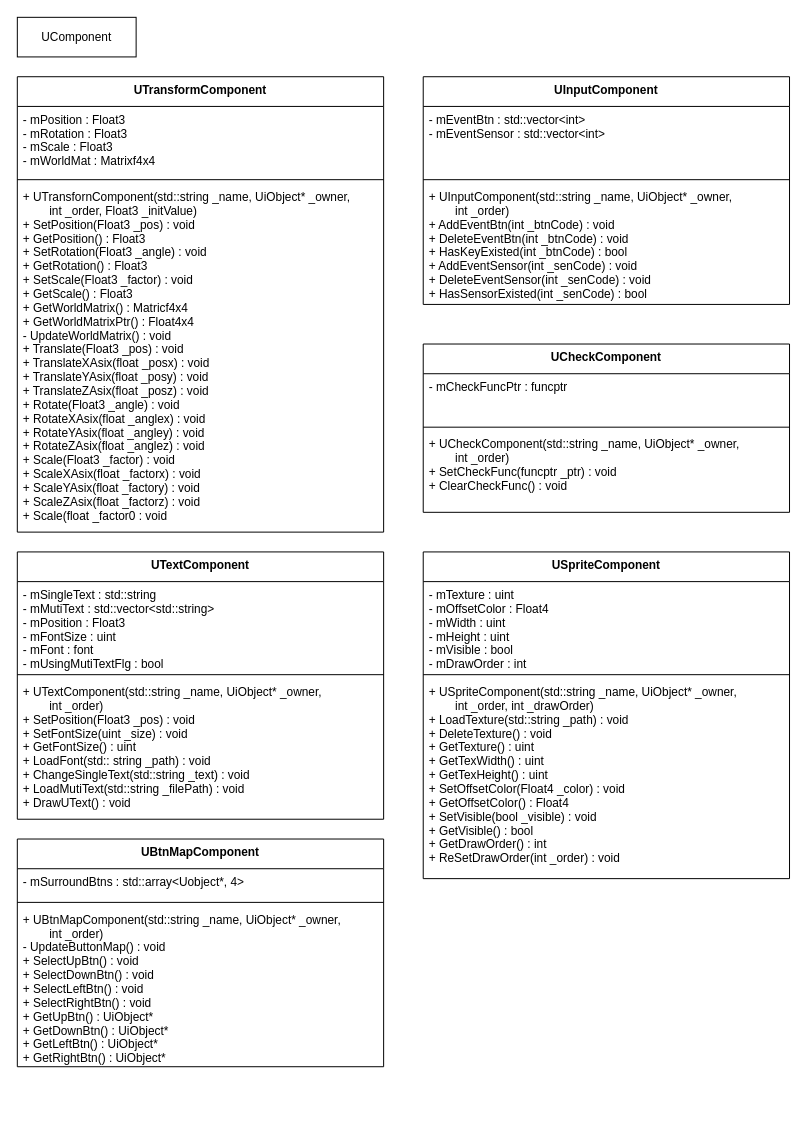
This is page "ucomponent" (4 of 7) of MyNinDesign.drawio from HIBICUS-CAI/NinAtHome_OpenGL, a draw.io file, before an edit. Source tidied: cells renumbered, new cells numbered last; positions are measured from the earlier drawing's top-left corner, leaving out a move shared by most shapes. Both pictures are drawn from the tidied source at 99%, with x=0, y=0 at pixel (17, 17).
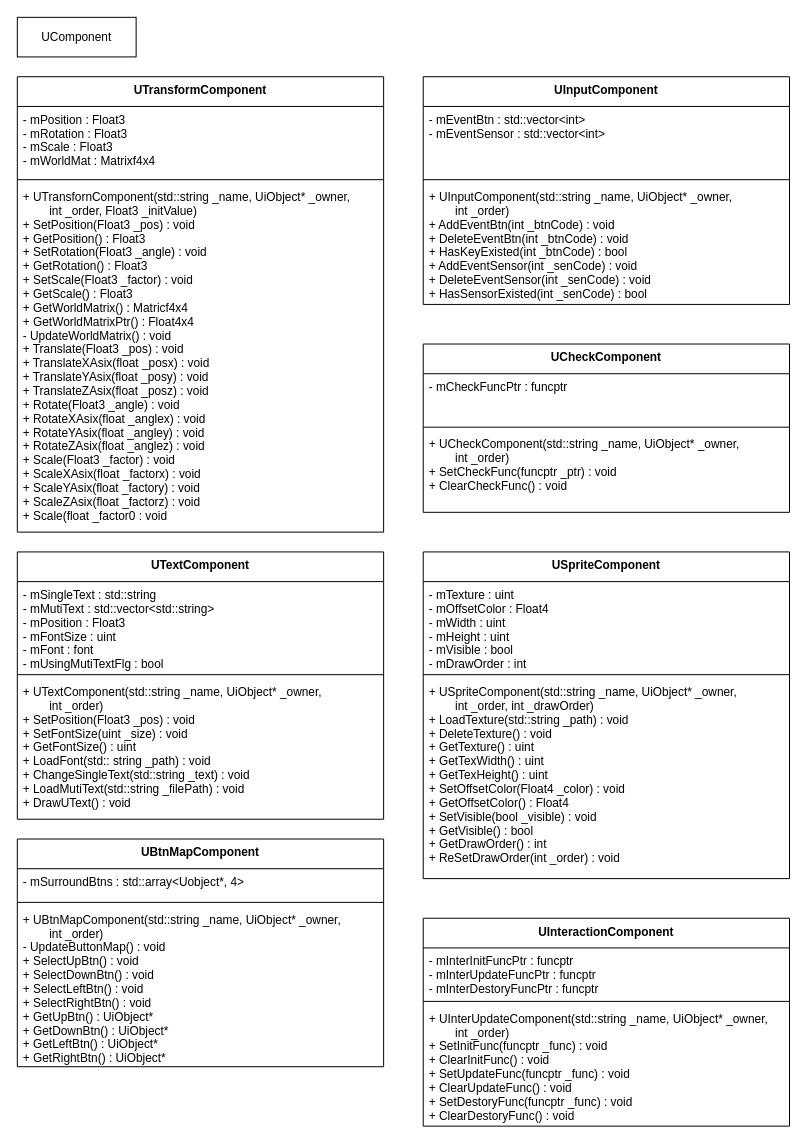
Above is the later version.

Diff of the diagram source:
```diff
@@
+    <mxCell id="27" value="UInteractionComponent" style="swimlane;fontStyle=1;align=center;verticalAlign=top;horizontal=1;startSize=30;" parent="1" vertex="1">
+      <mxGeometry x="410" y="910" width="370" height="210" as="geometry" />
+    </mxCell>
+    <mxCell id="28" value="- mInterInitFuncPtr : funcptr&#10;- mInterUpdateFuncPtr : funcptr&#10;- mInterDestoryFuncPtr : funcptr" style="text;strokeColor=none;fillColor=none;align=left;verticalAlign=top;spacingLeft=4;spacingRight=4;overflow=hidden;" parent="27" vertex="1">
+      <mxGeometry y="30" width="370" height="50" as="geometry" />
+    </mxCell>
+    <mxCell id="29" style="line;strokeWidth=1;fillColor=none;align=left;verticalAlign=middle;spacingTop=-1;spacingLeft=3;spacingRight=3;labelPosition=right;" parent="27" vertex="1">
+      <mxGeometry y="80" width="370" height="8" as="geometry" />
+    </mxCell>
+    <mxCell id="30" value="+ UInterUpdateComponent(std::string _name, UiObject* _owner,&#10;        int _order)&#10;+ SetInitFunc(funcptr _func) : void&#10;+ ClearInitFunc() : void&#10;+ SetUpdateFunc(funcptr _func) : void&#10;+ ClearUpdateFunc() : void&#10;+ SetDestoryFunc(funcptr _func) : void&#10;+ ClearDestoryFunc() : void" style="text;strokeColor=none;fillColor=none;align=left;verticalAlign=top;spacingLeft=4;spacingRight=4;overflow=hidden;" parent="27" vertex="1">
+      <mxGeometry y="88" width="370" height="122" as="geometry" />
+    </mxCell>
```
